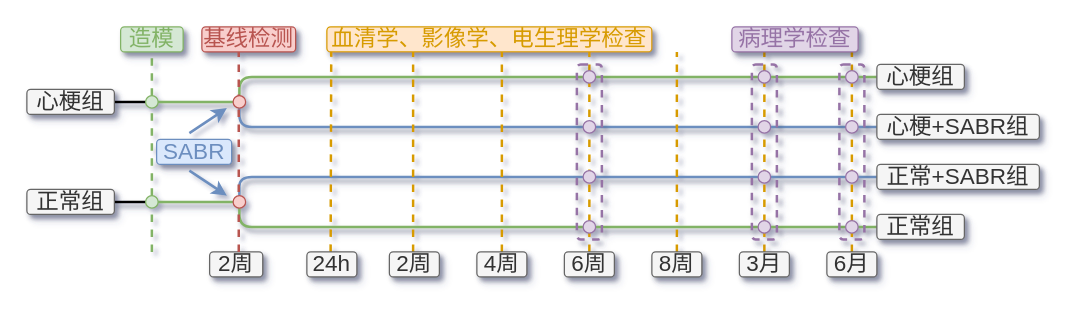
Above: gong.drawio in zondie17/something (draw.io), before the change. Source tidied: cells renumbered, new cells numbered last; positions are measured from the earlier drawing's top-left corner, leaving out a move shared by most shapes. Both pictures are drawn from the tidied source at 125%, with x=0, y=0 at pixel (26, 26).
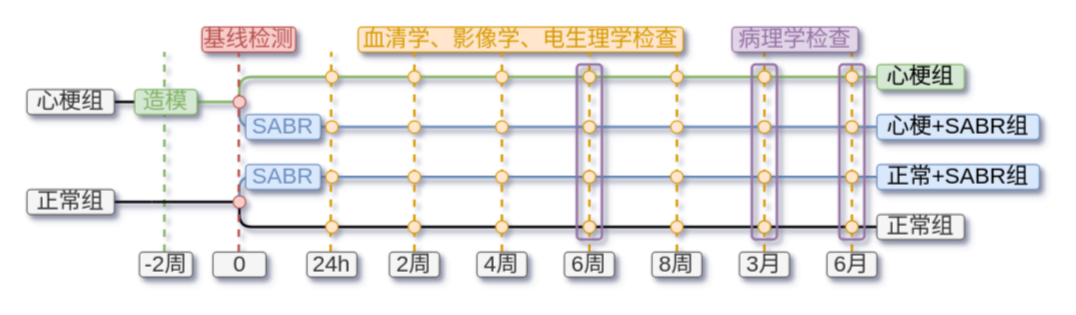
The same page after the edit.

The change refers to these unchanged cells:
```xml
<mxCell id="42" style="ellipse;whiteSpace=wrap;html=1;fillColor=#f8cecc;strokeColor=#b85450;" parent="1" vertex="1">
  <mxGeometry x="165" y="55" width="10" height="10" as="geometry" />
</mxCell>
<mxCell id="44" style="ellipse;whiteSpace=wrap;html=1;fillColor=#f8cecc;strokeColor=#b85450;" parent="1" vertex="1">
  <mxGeometry x="165" y="135" width="10" height="10" as="geometry" />
</mxCell>
```

The edit, as a diff of the source:
```diff
@@
+    <mxCell id="63" style="endArrow=none;dashed=1;html=1;rounded=0;fillColor=#d5e8d4;strokeColor=#82b366;strokeWidth=2;" parent="1" edge="1">
+      <mxGeometry relative="1" as="geometry">
+        <mxPoint x="110" y="180" as="sourcePoint" />
+        <mxPoint x="110" y="20" as="targetPoint" />
+      </mxGeometry>
+    </mxCell>
+    <mxCell id="64" style="endArrow=none;html=1;rounded=1;startArrow=none;startFill=0;endFill=0;fillColor=#dae8fc;strokeColor=#6c8ebf;strokeWidth=2;shadow=1;" parent="1" edge="1">
+      <mxGeometry relative="1" as="geometry">
+        <mxPoint x="170" y="140" as="sourcePoint" />
+        <mxPoint x="680" y="120" as="targetPoint" />
+        <Array as="points">
+          <mxPoint x="170" y="120" />
+        </Array>
+      </mxGeometry>
+    </mxCell>
@@
-    <mxCell id="3" style="endArrow=none;html=1;rounded=0;startArrow=none;startFill=0;endFill=0;fillColor=#d5e8d4;strokeColor=#82b366;strokeWidth=2;shadow=1;" parent="1" edge="1" target="42">
-      <mxGeometry relative="1" as="geometry">
-        <mxPoint x="100" y="60" as="sourcePoint" />
-      </mxGeometry>
+    <mxCell id="3" style="endArrow=none;html=1;rounded=0;startArrow=none;startFill=0;endFill=0;fillColor=#d5e8d4;strokeColor=#82b366;strokeWidth=2;shadow=1;" parent="1" edge="1" source="9" target="42">
+      <mxGeometry relative="1" as="geometry" />
     </mxCell>
@@
-    <mxCell id="8" style="endArrow=none;dashed=1;html=1;rounded=0;fillColor=#d5e8d4;strokeColor=#82b366;strokeWidth=2;" parent="1" edge="1" source="38">
-      <mxGeometry relative="1" as="geometry">
-        <mxPoint x="100" y="20" as="targetPoint" />
-      </mxGeometry>
-    </mxCell>
-    <mxCell id="9" value="&lt;font color=&quot;#82b366&quot; style=&quot;font-size: 18px;&quot; face=&quot;LXGW WenKai&quot;&gt;造模&lt;/font&gt;" style="text;html=1;strokeColor=#82b366;fillColor=#d5e8d4;align=center;verticalAlign=middle;whiteSpace=wrap;rounded=1;shadow=1;" parent="1" vertex="1">
-      <mxGeometry x="75" width="50" height="20" as="geometry" />
-    </mxCell>
@@
-    <mxCell id="11" style="endArrow=none;html=1;rounded=0;startArrow=none;startFill=0;endFill=0;fillColor=#d5e8d4;strokeColor=#82b366;strokeWidth=2;shadow=1;" parent="1" edge="1">
+    <mxCell id="11" style="endArrow=none;html=1;rounded=0;startArrow=none;startFill=0;endFill=0;fillColor=#d5e8d4;strokeColor=#000000;strokeWidth=2;shadow=1;" parent="1" edge="1">
       <mxGeometry relative="1" as="geometry">
         <mxPoint x="100" y="140" as="sourcePoint" />
         <mxPoint x="170" y="140" as="targetPoint" />
       </mxGeometry>
     </mxCell>
-    <mxCell id="12" value="&lt;font color=&quot;#6c8ebf&quot; style=&quot;font-size: 18px;&quot; face=&quot;LXGW WenKai&quot;&gt;SABR&lt;/font&gt;" style="text;html=1;strokeColor=#6c8ebf;fillColor=#dae8fc;align=center;verticalAlign=middle;whiteSpace=wrap;rounded=1;shadow=1;" parent="1" vertex="1">
-      <mxGeometry x="103.8" y="90" width="60" height="20" as="geometry" />
-    </mxCell>
-    <mxCell id="13" value="&lt;font style=&quot;font-size: 18px;&quot; face=&quot;LXGW WenKai&quot;&gt;2周&lt;/font&gt;" style="text;html=1;strokeColor=#666666;fillColor=#f5f5f5;align=center;verticalAlign=middle;whiteSpace=wrap;rounded=1;fontColor=#333333;shadow=1;" parent="1" vertex="1">
-      <mxGeometry x="146.2" y="180" width="42.5" height="20" as="geometry" />
+    <mxCell id="13" value="&lt;font style=&quot;font-size: 18px;&quot; face=&quot;LXGW WenKai&quot;&gt;-2周&lt;/font&gt;" style="text;html=1;strokeColor=#666666;fillColor=#f5f5f5;align=center;verticalAlign=middle;whiteSpace=wrap;rounded=1;fontColor=#333333;shadow=1;" parent="1" vertex="1">
+      <mxGeometry x="90" y="180" width="42.5" height="20" as="geometry" />
     </mxCell>
@@
-    <mxCell id="15" style="endArrow=none;html=1;rounded=1;startArrow=none;startFill=0;endFill=0;fillColor=#d5e8d4;strokeColor=#82b366;strokeWidth=2;shadow=1;" parent="1" edge="1">
+    <mxCell id="15" style="endArrow=none;html=1;rounded=1;startArrow=none;startFill=0;endFill=0;fillColor=#d5e8d4;strokeColor=#000000;strokeWidth=2;shadow=1;" parent="1" edge="1">
       <mxGeometry relative="1" as="geometry">
         <mxPoint x="170" y="140" as="sourcePoint" />
         <mxPoint x="680" y="160" as="targetPoint" />
         <Array as="points">
           <mxPoint x="170" y="160" />
         </Array>
       </mxGeometry>
     </mxCell>
@@
-    <mxCell id="17" style="endArrow=none;html=1;rounded=1;startArrow=none;startFill=0;endFill=0;fillColor=#dae8fc;strokeColor=#6c8ebf;strokeWidth=2;shadow=1;" parent="1" edge="1" source="44">
-      <mxGeometry relative="1" as="geometry">
-        <mxPoint x="680" y="120" as="targetPoint" />
-        <Array as="points">
-          <mxPoint x="170" y="120" />
-        </Array>
-      </mxGeometry>
-    </mxCell>
     <mxCell id="18" value="&lt;font style=&quot;font-size: 18px;&quot; face=&quot;LXGW WenKai&quot; color=&quot;#d79b00&quot;&gt;血清学、影像学、电生理学检查&lt;/font&gt;" style="text;html=1;strokeColor=#d79b00;fillColor=#ffe6cc;align=center;verticalAlign=middle;whiteSpace=wrap;rounded=1;shadow=1;" parent="1" vertex="1">
-      <mxGeometry x="240" width="260" height="20" as="geometry" />
+      <mxGeometry x="265" width="260" height="20" as="geometry" />
     </mxCell>
@@
     <mxCell id="20" style="endArrow=none;dashed=1;html=1;rounded=0;fillColor=#ffe6cc;strokeColor=#d79b00;strokeWidth=2;" parent="1" edge="1">
       <mxGeometry relative="1" as="geometry">
-        <mxPoint x="309" y="180" as="sourcePoint" />
-        <mxPoint x="309" y="20" as="targetPoint" />
+        <mxPoint x="310" y="180" as="sourcePoint" />
+        <mxPoint x="310" y="20" as="targetPoint" />
       </mxGeometry>
     </mxCell>
@@
-    <mxCell id="33" style="rounded=1;whiteSpace=wrap;html=1;fillColor=none;strokeColor=#9673a6;dashed=1;strokeWidth=2;shadow=1;" parent="1" vertex="1">
+    <mxCell id="33" style="rounded=1;whiteSpace=wrap;html=1;fillColor=none;strokeColor=#9673a6;strokeWidth=2;shadow=1;" parent="1" vertex="1">
       <mxGeometry x="440" y="30" width="20" height="140" as="geometry" />
     </mxCell>
-    <mxCell id="34" style="rounded=1;whiteSpace=wrap;html=1;fillColor=none;strokeColor=#9673a6;dashed=1;strokeWidth=2;glass=0;shadow=1;" parent="1" vertex="1">
+    <mxCell id="34" style="rounded=1;whiteSpace=wrap;html=1;fillColor=none;strokeColor=#9673a6;strokeWidth=2;glass=0;shadow=1;" parent="1" vertex="1">
       <mxGeometry x="580" y="30" width="20" height="140" as="geometry" />
     </mxCell>
-    <mxCell id="35" style="rounded=1;whiteSpace=wrap;html=1;fillColor=none;strokeColor=#9673a6;dashed=1;strokeWidth=2;shadow=1;" parent="1" vertex="1">
+    <mxCell id="35" style="rounded=1;whiteSpace=wrap;html=1;fillColor=none;strokeColor=#9673a6;strokeWidth=2;shadow=1;" parent="1" vertex="1">
       <mxGeometry x="650" y="30" width="20" height="140" as="geometry" />
     </mxCell>
@@
-    <mxCell id="37" style="endArrow=none;dashed=1;html=1;rounded=0;fillColor=#d5e8d4;strokeColor=#82b366;strokeWidth=2;" parent="1" edge="1" source="40" target="38">
-      <mxGeometry relative="1" as="geometry" />
-    </mxCell>
-    <mxCell id="38" style="ellipse;whiteSpace=wrap;html=1;fillColor=#d5e8d4;strokeColor=#82b366;" parent="1" vertex="1">
-      <mxGeometry x="95" y="55" width="10" height="10" as="geometry" />
-    </mxCell>
-    <mxCell id="39" style="endArrow=none;dashed=1;html=1;rounded=0;fillColor=#d5e8d4;strokeColor=#82b366;strokeWidth=2;" parent="1" edge="1" target="40">
-      <mxGeometry relative="1" as="geometry">
-        <mxPoint x="100" y="180" as="sourcePoint" />
-      </mxGeometry>
-    </mxCell>
-    <mxCell id="40" style="ellipse;whiteSpace=wrap;html=1;fillColor=#d5e8d4;strokeColor=#82b366;" parent="1" vertex="1">
-      <mxGeometry x="95" y="135" width="10" height="10" as="geometry" />
-    </mxCell>
@@
-    <mxCell id="57" value="&lt;font style=&quot;font-size: 18px;&quot; face=&quot;LXGW WenKai&quot;&gt;心梗组&lt;/font&gt;" style="text;html=1;strokeColor=#666666;fillColor=#f5f5f5;align=center;verticalAlign=middle;whiteSpace=wrap;rounded=1;fontColor=#333333;shadow=1;" parent="1" vertex="1">
+    <mxCell id="57" value="&lt;font style=&quot;font-size: 18px;&quot; face=&quot;LXGW WenKai&quot;&gt;心梗组&lt;/font&gt;" style="text;html=1;strokeColor=#82b366;fillColor=#d5e8d4;align=center;verticalAlign=middle;whiteSpace=wrap;rounded=1;shadow=1;" parent="1" vertex="1">
       <mxGeometry x="680" y="30" width="70" height="20" as="geometry" />
     </mxCell>
@@
-    <mxCell id="59" value="&lt;font style=&quot;font-size: 18px;&quot; face=&quot;LXGW WenKai&quot;&gt;心梗+SABR组&lt;/font&gt;" style="text;html=1;strokeColor=#666666;fillColor=#f5f5f5;align=center;verticalAlign=middle;whiteSpace=wrap;rounded=1;fontColor=#333333;shadow=1;" parent="1" vertex="1">
+    <mxCell id="59" value="&lt;font style=&quot;font-size: 18px;&quot; face=&quot;LXGW WenKai&quot;&gt;心梗+SABR组&lt;/font&gt;" style="text;html=1;strokeColor=#6c8ebf;fillColor=#dae8fc;align=center;verticalAlign=middle;whiteSpace=wrap;rounded=1;shadow=1;" parent="1" vertex="1">
       <mxGeometry x="680" y="70" width="130" height="20" as="geometry" />
     </mxCell>
-    <mxCell id="60" value="&lt;font style=&quot;font-size: 18px;&quot; face=&quot;LXGW WenKai&quot;&gt;正常+SABR组&lt;/font&gt;" style="text;html=1;strokeColor=#666666;fillColor=#f5f5f5;align=center;verticalAlign=middle;whiteSpace=wrap;rounded=1;fontColor=#333333;shadow=1;" parent="1" vertex="1">
+    <mxCell id="60" value="&lt;font style=&quot;font-size: 18px;&quot; face=&quot;LXGW WenKai&quot;&gt;正常+SABR组&lt;/font&gt;" style="text;html=1;strokeColor=#6c8ebf;fillColor=#dae8fc;align=center;verticalAlign=middle;whiteSpace=wrap;rounded=1;shadow=1;" parent="1" vertex="1">
       <mxGeometry x="680" y="110" width="130" height="20" as="geometry" />
     </mxCell>
-    <mxCell id="61" style="endArrow=classic;html=1;rounded=0;fillColor=#dae8fc;strokeColor=#6c8ebf;strokeWidth=2;" parent="1" edge="1">
-      <mxGeometry relative="1" as="geometry">
-        <mxPoint x="130" y="85" as="sourcePoint" />
-        <mxPoint x="160" y="65" as="targetPoint" />
-      </mxGeometry>
-    </mxCell>
-    <mxCell id="62" style="endArrow=classic;html=1;rounded=0;fillColor=#dae8fc;strokeColor=#6c8ebf;strokeWidth=2;" parent="1" edge="1">
-      <mxGeometry relative="1" as="geometry">
-        <mxPoint x="130" y="115" as="sourcePoint" />
-        <mxPoint x="160" y="135" as="targetPoint" />
-      </mxGeometry>
-    </mxCell>
+    <mxCell id="65" value="&lt;font color=&quot;#6c8ebf&quot; style=&quot;font-size: 18px;&quot; face=&quot;LXGW WenKai&quot;&gt;SABR&lt;/font&gt;" style="text;html=1;strokeColor=#6c8ebf;fillColor=#dae8fc;align=center;verticalAlign=middle;whiteSpace=wrap;rounded=1;shadow=1;" parent="1" vertex="1">
+      <mxGeometry x="175" y="70" width="60" height="20" as="geometry" />
+    </mxCell>
+    <mxCell id="66" value="&lt;font color=&quot;#6c8ebf&quot; style=&quot;font-size: 18px;&quot; face=&quot;LXGW WenKai&quot;&gt;SABR&lt;/font&gt;" style="text;html=1;strokeColor=#6c8ebf;fillColor=#dae8fc;align=center;verticalAlign=middle;whiteSpace=wrap;rounded=1;shadow=1;" parent="1" vertex="1">
+      <mxGeometry x="175" y="110" width="60" height="20" as="geometry" />
+    </mxCell>
+    <mxCell id="67" style="group;" parent="1" vertex="1">
+      <mxGeometry x="239" y="35" width="10" height="130" as="geometry" />
+    </mxCell>
+    <mxCell id="68" style="ellipse;whiteSpace=wrap;html=1;fillColor=#ffe6cc;strokeColor=#d79b00;" parent="67" vertex="1">
+      <mxGeometry width="10" height="10" as="geometry" />
+    </mxCell>
+    <mxCell id="69" style="ellipse;whiteSpace=wrap;html=1;fillColor=#ffe6cc;strokeColor=#d79b00;" parent="67" vertex="1">
+      <mxGeometry y="40" width="10" height="10" as="geometry" />
+    </mxCell>
+    <mxCell id="70" style="ellipse;whiteSpace=wrap;html=1;fillColor=#ffe6cc;strokeColor=#d79b00;" parent="67" vertex="1">
+      <mxGeometry y="80" width="10" height="10" as="geometry" />
+    </mxCell>
+    <mxCell id="71" style="ellipse;whiteSpace=wrap;html=1;fillColor=#ffe6cc;strokeColor=#d79b00;" parent="67" vertex="1">
+      <mxGeometry y="120" width="10" height="10" as="geometry" />
+    </mxCell>
+    <mxCell id="72" style="group;" parent="1" vertex="1">
+      <mxGeometry x="305" y="35" width="10" height="130" as="geometry" />
+    </mxCell>
+    <mxCell id="73" style="ellipse;whiteSpace=wrap;html=1;fillColor=#ffe6cc;strokeColor=#d79b00;" parent="72" vertex="1">
+      <mxGeometry width="10" height="10" as="geometry" />
+    </mxCell>
+    <mxCell id="74" style="ellipse;whiteSpace=wrap;html=1;fillColor=#ffe6cc;strokeColor=#d79b00;" parent="72" vertex="1">
+      <mxGeometry y="40" width="10" height="10" as="geometry" />
+    </mxCell>
+    <mxCell id="75" style="ellipse;whiteSpace=wrap;html=1;fillColor=#ffe6cc;strokeColor=#d79b00;" parent="72" vertex="1">
+      <mxGeometry y="80" width="10" height="10" as="geometry" />
+    </mxCell>
+    <mxCell id="76" style="ellipse;whiteSpace=wrap;html=1;fillColor=#ffe6cc;strokeColor=#d79b00;" parent="72" vertex="1">
+      <mxGeometry y="120" width="10" height="10" as="geometry" />
+    </mxCell>
+    <mxCell id="77" style="group;" parent="1" vertex="1">
+      <mxGeometry x="375" y="35" width="10" height="130" as="geometry" />
+    </mxCell>
+    <mxCell id="78" style="ellipse;whiteSpace=wrap;html=1;fillColor=#ffe6cc;strokeColor=#d79b00;" parent="77" vertex="1">
+      <mxGeometry width="10" height="10" as="geometry" />
+    </mxCell>
+    <mxCell id="79" style="ellipse;whiteSpace=wrap;html=1;fillColor=#ffe6cc;strokeColor=#d79b00;" parent="77" vertex="1">
+      <mxGeometry y="40" width="10" height="10" as="geometry" />
+    </mxCell>
+    <mxCell id="80" style="ellipse;whiteSpace=wrap;html=1;fillColor=#ffe6cc;strokeColor=#d79b00;" parent="77" vertex="1">
+      <mxGeometry y="80" width="10" height="10" as="geometry" />
+    </mxCell>
+    <mxCell id="81" style="ellipse;whiteSpace=wrap;html=1;fillColor=#ffe6cc;strokeColor=#d79b00;" parent="77" vertex="1">
+      <mxGeometry y="120" width="10" height="10" as="geometry" />
+    </mxCell>
+    <mxCell id="82" style="group;" parent="1" vertex="1">
+      <mxGeometry x="445" y="35" width="10" height="130" as="geometry" />
+    </mxCell>
+    <mxCell id="83" style="ellipse;whiteSpace=wrap;html=1;fillColor=#ffe6cc;strokeColor=#d79b00;" parent="82" vertex="1">
+      <mxGeometry width="10" height="10" as="geometry" />
+    </mxCell>
+    <mxCell id="84" style="ellipse;whiteSpace=wrap;html=1;fillColor=#ffe6cc;strokeColor=#d79b00;" parent="82" vertex="1">
+      <mxGeometry y="40" width="10" height="10" as="geometry" />
+    </mxCell>
+    <mxCell id="85" style="ellipse;whiteSpace=wrap;html=1;fillColor=#ffe6cc;strokeColor=#d79b00;" parent="82" vertex="1">
+      <mxGeometry y="80" width="10" height="10" as="geometry" />
+    </mxCell>
+    <mxCell id="86" style="ellipse;whiteSpace=wrap;html=1;fillColor=#ffe6cc;strokeColor=#d79b00;" parent="82" vertex="1">
+      <mxGeometry y="120" width="10" height="10" as="geometry" />
+    </mxCell>
+    <mxCell id="87" style="group;" parent="1" vertex="1">
+      <mxGeometry x="515" y="35" width="10" height="130" as="geometry" />
+    </mxCell>
+    <mxCell id="88" style="ellipse;whiteSpace=wrap;html=1;fillColor=#ffe6cc;strokeColor=#d79b00;" parent="87" vertex="1">
+      <mxGeometry width="10" height="10" as="geometry" />
+    </mxCell>
+    <mxCell id="89" style="ellipse;whiteSpace=wrap;html=1;fillColor=#ffe6cc;strokeColor=#d79b00;" parent="87" vertex="1">
+      <mxGeometry y="40" width="10" height="10" as="geometry" />
+    </mxCell>
+    <mxCell id="90" style="ellipse;whiteSpace=wrap;html=1;fillColor=#ffe6cc;strokeColor=#d79b00;" parent="87" vertex="1">
+      <mxGeometry y="80" width="10" height="10" as="geometry" />
+    </mxCell>
+    <mxCell id="91" style="ellipse;whiteSpace=wrap;html=1;fillColor=#ffe6cc;strokeColor=#d79b00;" parent="87" vertex="1">
+      <mxGeometry y="120" width="10" height="10" as="geometry" />
+    </mxCell>
+    <mxCell id="92" style="group;" parent="1" vertex="1">
+      <mxGeometry x="585" y="35" width="10" height="130" as="geometry" />
+    </mxCell>
+    <mxCell id="93" style="ellipse;whiteSpace=wrap;html=1;fillColor=#ffe6cc;strokeColor=#d79b00;" parent="92" vertex="1">
+      <mxGeometry width="10" height="10" as="geometry" />
+    </mxCell>
+    <mxCell id="94" style="ellipse;whiteSpace=wrap;html=1;fillColor=#ffe6cc;strokeColor=#d79b00;" parent="92" vertex="1">
+      <mxGeometry y="40" width="10" height="10" as="geometry" />
+    </mxCell>
+    <mxCell id="95" style="ellipse;whiteSpace=wrap;html=1;fillColor=#ffe6cc;strokeColor=#d79b00;" parent="92" vertex="1">
+      <mxGeometry y="80" width="10" height="10" as="geometry" />
+    </mxCell>
+    <mxCell id="96" style="ellipse;whiteSpace=wrap;html=1;fillColor=#ffe6cc;strokeColor=#d79b00;" parent="92" vertex="1">
+      <mxGeometry y="120" width="10" height="10" as="geometry" />
+    </mxCell>
+    <mxCell id="97" style="group;" parent="1" vertex="1">
+      <mxGeometry x="655" y="35" width="10" height="130" as="geometry" />
+    </mxCell>
+    <mxCell id="98" style="ellipse;whiteSpace=wrap;html=1;fillColor=#ffe6cc;strokeColor=#d79b00;" parent="97" vertex="1">
+      <mxGeometry width="10" height="10" as="geometry" />
+    </mxCell>
+    <mxCell id="99" style="ellipse;whiteSpace=wrap;html=1;fillColor=#ffe6cc;strokeColor=#d79b00;" parent="97" vertex="1">
+      <mxGeometry y="40" width="10" height="10" as="geometry" />
+    </mxCell>
+    <mxCell id="100" style="ellipse;whiteSpace=wrap;html=1;fillColor=#ffe6cc;strokeColor=#d79b00;" parent="97" vertex="1">
+      <mxGeometry y="80" width="10" height="10" as="geometry" />
+    </mxCell>
+    <mxCell id="101" style="ellipse;whiteSpace=wrap;html=1;fillColor=#ffe6cc;strokeColor=#d79b00;" parent="97" vertex="1">
+      <mxGeometry y="120" width="10" height="10" as="geometry" />
+    </mxCell>
+    <mxCell id="102" value="&lt;font style=&quot;font-size: 18px;&quot; face=&quot;LXGW WenKai&quot;&gt;0&lt;/font&gt;" style="text;html=1;strokeColor=#666666;fillColor=#f5f5f5;align=center;verticalAlign=middle;whiteSpace=wrap;rounded=1;fontColor=#333333;shadow=1;" parent="1" vertex="1">
+      <mxGeometry x="148.8" y="180" width="42.5" height="20" as="geometry" />
+    </mxCell>
+    <mxCell id="103" style="endArrow=none;html=1;rounded=0;startArrow=none;startFill=0;endFill=0;fillColor=#d5e8d4;strokeColor=#82b366;strokeWidth=2;shadow=1;" parent="1" edge="1" target="9">
+      <mxGeometry relative="1" as="geometry">
+        <mxPoint x="100" y="60" as="sourcePoint" />
+      </mxGeometry>
+    </mxCell>
+    <mxCell id="9" value="&lt;font color=&quot;#82b366&quot; style=&quot;font-size: 18px;&quot; face=&quot;LXGW WenKai&quot;&gt;造模&lt;/font&gt;" style="text;html=1;strokeColor=#82b366;fillColor=#d5e8d4;align=center;verticalAlign=middle;whiteSpace=wrap;rounded=1;shadow=1;" parent="1" vertex="1">
+      <mxGeometry x="86.2" y="50" width="50" height="20" as="geometry" />
+    </mxCell>
```
